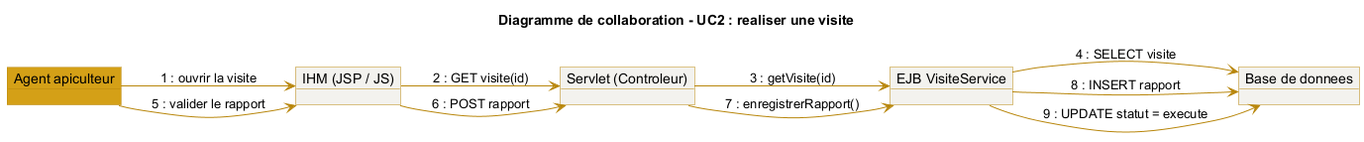
iyednefzi99/Z-mm keeps this PlantUML diagram as cahier de charge/fr/chapitres/07-conception/images/diagramme_collaboration.png. Above is the earlier version.
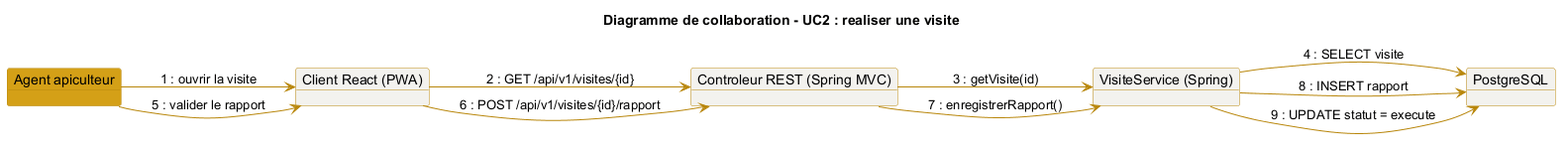
Above is the later version.

Change to the diagram source:
```diff
@@ -9,19 +9,19 @@
 title Diagramme de collaboration - UC2 : realiser une visite
 
 object "Agent apiculteur" as Agent #D4A017
-object "IHM (JSP / JS)" as IHM
-object "Servlet (Controleur)" as Servlet
-object "EJB VisiteService" as EJB
-object "Base de donnees" as BD
+object "Client React (PWA)" as IHM
+object "Controleur REST (Spring MVC)" as Ctrl
+object "VisiteService (Spring)" as Svc
+object "PostgreSQL" as BD
 
 Agent --> IHM : "1 : ouvrir la visite"
-IHM --> Servlet : "2 : GET visite(id)"
-Servlet --> EJB : "3 : getVisite(id)"
-EJB --> BD : "4 : SELECT visite"
+IHM --> Ctrl : "2 : GET /api/v1/visites/{id}"
+Ctrl --> Svc : "3 : getVisite(id)"
+Svc --> BD : "4 : SELECT visite"
 Agent --> IHM : "5 : valider le rapport"
-IHM --> Servlet : "6 : POST rapport"
-Servlet --> EJB : "7 : enregistrerRapport()"
-EJB --> BD : "8 : INSERT rapport"
-EJB --> BD : "9 : UPDATE statut = execute"
+IHM --> Ctrl : "6 : POST /api/v1/visites/{id}/rapport"
+Ctrl --> Svc : "7 : enregistrerRapport()"
+Svc --> BD : "8 : INSERT rapport"
+Svc --> BD : "9 : UPDATE statut = execute"
 
 @enduml
```
